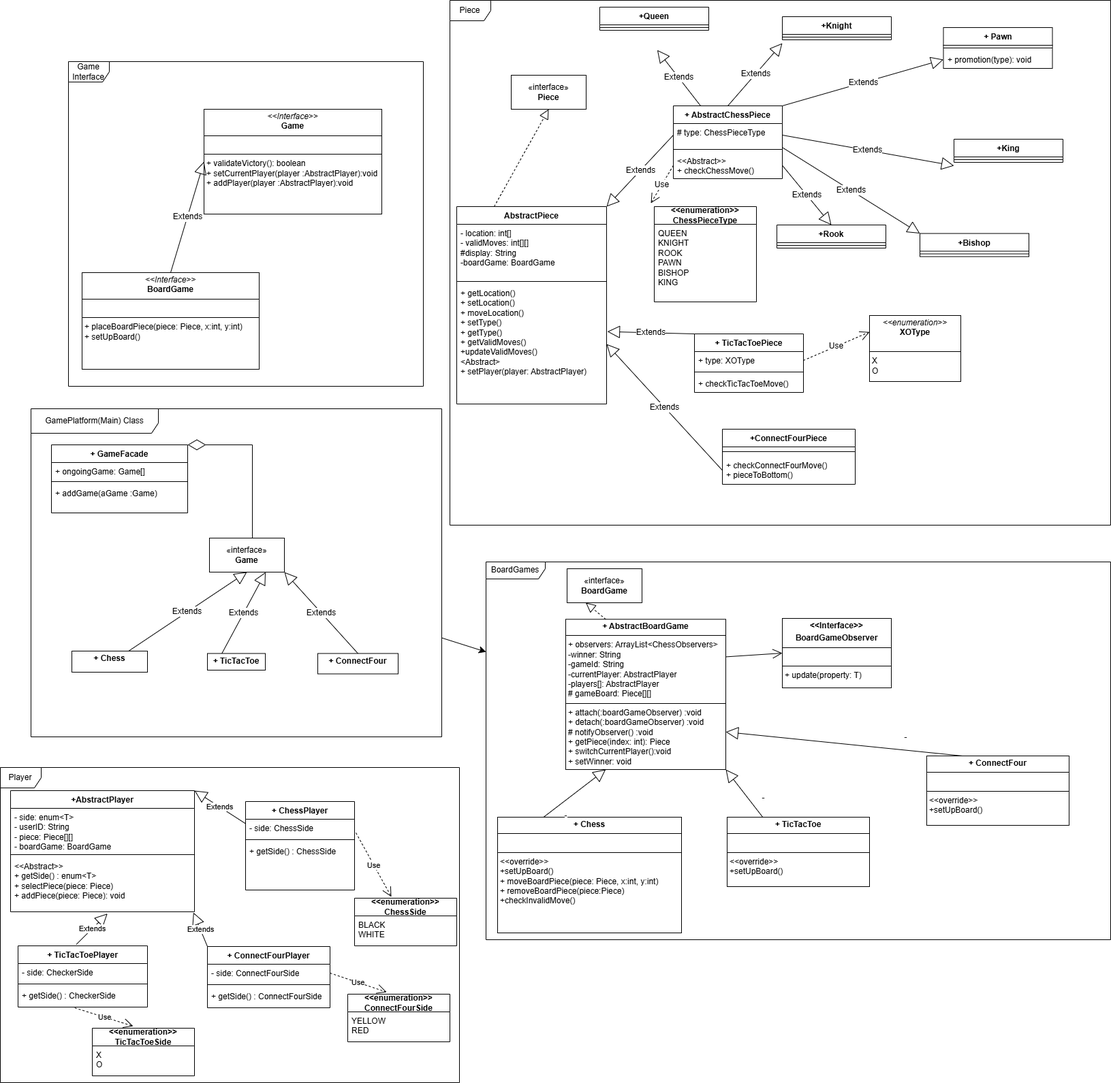
Before: gameLogicDiagram/gameplatform_structure_diagram.drawio.png, a diagram exported from draw.io (Ri-html/SENG-300-FINAL-GROUP-PROJECT). Source tidied: cells renumbered, new cells last; positions are measured from the earlier drawing's top-left corner, leaving out a move shared by most shapes.
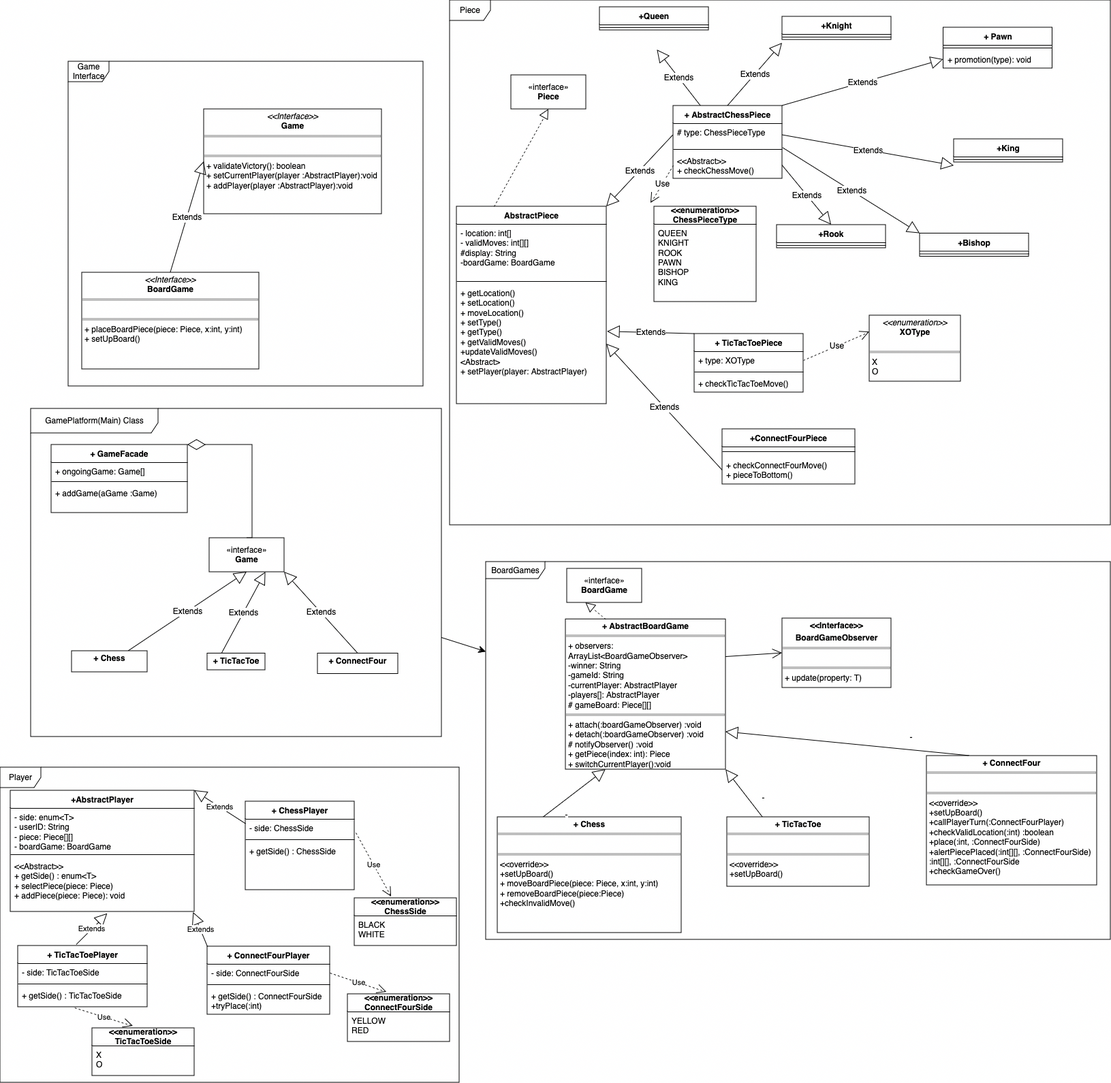
Later version of the same file.

Commit message:
update game struct diagram for connect four

The edit, as a diff of the source:
```diff
@@ -69,7 +69,7 @@
     <mxCell id="22" value="BoardGames" style="shape=umlFrame;whiteSpace=wrap;html=1;width=87;height=25;" parent="1" vertex="1">
       <mxGeometry x="713" y="825" width="917" height="555" as="geometry" />
     </mxCell>
-    <mxCell id="23" value="&lt;p style=&quot;margin:0px;margin-top:4px;text-align:center;&quot;&gt;&lt;b&gt;+ AbstractBoardGame&lt;/b&gt;&lt;/p&gt;&lt;hr size=&quot;1&quot; style=&quot;border-style:solid;&quot;&gt;&lt;p style=&quot;margin:0px;margin-left:4px;&quot;&gt;+ observers: ArrayList&amp;lt;ChessObservers&amp;gt;&lt;/p&gt;&lt;p style=&quot;margin:0px;margin-left:4px;&quot;&gt;-winner: String&lt;/p&gt;&lt;p style=&quot;margin:0px;margin-left:4px;&quot;&gt;-gameId: String&lt;/p&gt;&lt;p style=&quot;margin:0px;margin-left:4px;&quot;&gt;-currentPlayer: AbstractPlayer&lt;/p&gt;&lt;p style=&quot;margin:0px;margin-left:4px;&quot;&gt;-players[]: AbstractPlayer&lt;/p&gt;&lt;p style=&quot;margin:0px;margin-left:4px;&quot;&gt;# gameBoard: Piece[][]&lt;/p&gt;&lt;hr size=&quot;1&quot; style=&quot;border-style:solid;&quot;&gt;&lt;p style=&quot;margin:0px;margin-left:4px;&quot;&gt;+ attach(:boardGameObserver) :void&lt;/p&gt;&lt;p style=&quot;margin: 0px 0px 0px 4px;&quot;&gt;+ detach(:boardGameObserver) :void&lt;/p&gt;&lt;p style=&quot;margin: 0px 0px 0px 4px;&quot;&gt;# notifyObserver() :void&lt;/p&gt;&lt;p style=&quot;margin: 0px 0px 0px 4px;&quot;&gt;+ getPiece(index: int): Piece&lt;/p&gt;&lt;p style=&quot;margin: 0px 0px 0px 4px;&quot;&gt;+ switchCurrentPlayer():void&lt;/p&gt;&lt;p style=&quot;margin: 0px 0px 0px 4px;&quot;&gt;+ setWinner: void&lt;/p&gt;" style="verticalAlign=top;align=left;overflow=fill;html=1;whiteSpace=wrap;" parent="1" vertex="1">
+    <mxCell id="23" value="&lt;p style=&quot;margin:0px;margin-top:4px;text-align:center;&quot;&gt;&lt;b&gt;+ AbstractBoardGame&lt;/b&gt;&lt;/p&gt;&lt;hr size=&quot;1&quot; style=&quot;border-style:solid;&quot;&gt;&lt;p style=&quot;margin:0px;margin-left:4px;&quot;&gt;+ observers: ArrayList&amp;lt;BoardGameObserver&amp;gt;&lt;/p&gt;&lt;p style=&quot;margin:0px;margin-left:4px;&quot;&gt;-winner: String&lt;/p&gt;&lt;p style=&quot;margin:0px;margin-left:4px;&quot;&gt;-gameId: String&lt;/p&gt;&lt;p style=&quot;margin:0px;margin-left:4px;&quot;&gt;-currentPlayer: AbstractPlayer&lt;/p&gt;&lt;p style=&quot;margin:0px;margin-left:4px;&quot;&gt;-players[]: AbstractPlayer&lt;/p&gt;&lt;p style=&quot;margin:0px;margin-left:4px;&quot;&gt;# gameBoard: Piece[][]&lt;/p&gt;&lt;hr size=&quot;1&quot; style=&quot;border-style:solid;&quot;&gt;&lt;p style=&quot;margin:0px;margin-left:4px;&quot;&gt;+ attach(:boardGameObserver) :void&lt;/p&gt;&lt;p style=&quot;margin: 0px 0px 0px 4px;&quot;&gt;+ detach(:boardGameObserver) :void&lt;/p&gt;&lt;p style=&quot;margin: 0px 0px 0px 4px;&quot;&gt;# notifyObserver() :void&lt;/p&gt;&lt;p style=&quot;margin: 0px 0px 0px 4px;&quot;&gt;+ getPiece(index: int): Piece&lt;/p&gt;&lt;p style=&quot;margin: 0px 0px 0px 4px;&quot;&gt;+ switchCurrentPlayer():void&lt;/p&gt;&lt;p style=&quot;margin: 0px 0px 0px 4px;&quot;&gt;+ setWinner: void&lt;/p&gt;" style="verticalAlign=top;align=left;overflow=fill;html=1;whiteSpace=wrap;" parent="1" vertex="1">
       <mxGeometry x="830" y="909.2" width="235" height="220.8" as="geometry" />
     </mxCell>
     <mxCell id="24" value="«interface»&lt;br&gt;&lt;b&gt;BoardGame&lt;/b&gt;" style="html=1;whiteSpace=wrap;" parent="1" vertex="1">
@@ -162,13 +162,13 @@
     <mxCell id="53" value="+ TicTacToePlayer" style="swimlane;fontStyle=1;align=center;verticalAlign=top;horizontal=1;startSize=26;whiteSpace=wrap;html=1;" parent="1" vertex="1">
       <mxGeometry x="26" y="1389" width="190" height="90" as="geometry" />
     </mxCell>
-    <mxCell id="54" value="- side: CheckerSide" style="text;strokeColor=none;fillColor=none;align=left;verticalAlign=top;spacingLeft=4;spacingRight=4;overflow=hidden;whiteSpace=wrap;html=1;" parent="53" vertex="1">
+    <mxCell id="54" value="- side: TicTacToeSide" style="text;strokeColor=none;fillColor=none;align=left;verticalAlign=top;spacingLeft=4;spacingRight=4;overflow=hidden;whiteSpace=wrap;html=1;" parent="53" vertex="1">
       <mxGeometry y="26" width="190" height="26" as="geometry" />
     </mxCell>
     <mxCell id="55" style="line;strokeWidth=1;fillColor=none;align=left;verticalAlign=middle;spacingTop=-1;spacingLeft=3;spacingRight=3;labelPosition=right;strokeColor=inherit;" parent="53" vertex="1">
       <mxGeometry y="52" width="190" height="8" as="geometry" />
     </mxCell>
-    <mxCell id="56" value="&lt;div&gt;+ getSide() : CheckerSide&lt;/div&gt;&lt;div&gt;&lt;br&gt;&lt;/div&gt;" style="text;strokeColor=none;fillColor=none;align=left;verticalAlign=top;spacingLeft=4;spacingRight=4;overflow=hidden;points=[[0,0.5],[1,0.5]];portConstraint=eastwest;whiteSpace=wrap;html=1;" parent="53" vertex="1">
+    <mxCell id="56" value="&lt;div&gt;+ getSide() : TicTacToeSide&lt;/div&gt;&lt;div&gt;&lt;br&gt;&lt;/div&gt;" style="text;strokeColor=none;fillColor=none;align=left;verticalAlign=top;spacingLeft=4;spacingRight=4;overflow=hidden;points=[[0,0.5],[1,0.5]];portConstraint=eastwest;whiteSpace=wrap;html=1;" parent="53" vertex="1">
       <mxGeometry y="60" width="190" height="30" as="geometry" />
     </mxCell>
     <mxCell id="57" value="Extends" style="endArrow=block;endSize=16;endFill=0;html=1;rounded=0;exitX=0.45;exitY=-0.023;exitDx=0;exitDy=0;entryX=0.527;entryY=1.033;entryDx=0;entryDy=0;entryPerimeter=0;exitPerimeter=0;" parent="1" edge="1" source="53" target="44">
@@ -184,7 +184,7 @@
       <mxGeometry relative="1" as="geometry" />
     </mxCell>
     <mxCell id="61" value="+ ConnectFourPlayer" style="swimlane;fontStyle=1;align=center;verticalAlign=top;horizontal=1;startSize=26;whiteSpace=wrap;html=1;" parent="1" vertex="1">
-      <mxGeometry x="304" y="1390" width="180" height="90" as="geometry" />
+      <mxGeometry x="304" y="1390" width="180" height="100" as="geometry" />
     </mxCell>
     <mxCell id="62" value="- side: ConnectFourSide" style="text;strokeColor=none;fillColor=none;align=left;verticalAlign=top;spacingLeft=4;spacingRight=4;overflow=hidden;points=[[0,0.5],[1,0.5]];portConstraint=eastwest;whiteSpace=wrap;html=1;" parent="61" vertex="1">
       <mxGeometry y="26" width="180" height="26" as="geometry" />
@@ -192,8 +192,8 @@
     <mxCell id="63" style="line;strokeWidth=1;fillColor=none;align=left;verticalAlign=middle;spacingTop=-1;spacingLeft=3;spacingRight=3;labelPosition=right;strokeColor=inherit;" parent="61" vertex="1">
       <mxGeometry y="52" width="180" height="8" as="geometry" />
     </mxCell>
-    <mxCell id="64" value="&lt;div&gt;+ getSide() : ConnectFourSide&lt;/div&gt;&lt;div&gt;&lt;br&gt;&lt;/div&gt;" style="text;strokeColor=none;fillColor=none;align=left;verticalAlign=top;spacingLeft=4;spacingRight=4;overflow=hidden;whiteSpace=wrap;html=1;" parent="61" vertex="1">
-      <mxGeometry y="60" width="180" height="30" as="geometry" />
+    <mxCell id="64" value="&lt;div&gt;+ getSide() : ConnectFourSide&lt;/div&gt;&lt;div&gt;+tryPlace(:int)&lt;/div&gt;&lt;div&gt;&lt;br&gt;&lt;/div&gt;" style="text;strokeColor=none;fillColor=none;align=left;verticalAlign=top;spacingLeft=4;spacingRight=4;overflow=hidden;whiteSpace=wrap;html=1;" parent="61" vertex="1">
+      <mxGeometry y="60" width="180" height="40" as="geometry" />
     </mxCell>
     <mxCell id="65" value="Extends" style="endArrow=block;endSize=16;endFill=0;html=1;rounded=0;exitX=0;exitY=0;exitDx=0;exitDy=0;entryX=0.994;entryY=1.013;entryDx=0;entryDy=0;entryPerimeter=0;" parent="1" edge="1" source="61" target="44">
       <mxGeometry relative="1" as="geometry" />
@@ -237,8 +237,8 @@
     <mxCell id="78" value="&lt;p style=&quot;margin:0px;margin-top:4px;text-align:center;&quot;&gt;&lt;b&gt;+ TicTacToe&lt;/b&gt;&lt;/p&gt;&lt;hr size=&quot;1&quot; style=&quot;border-style:solid;&quot;&gt;&lt;p style=&quot;margin:0px;margin-left:4px;&quot;&gt;&lt;br&gt;&lt;/p&gt;&lt;hr size=&quot;1&quot; style=&quot;border-style:solid;&quot;&gt;&lt;p style=&quot;margin: 0px 0px 0px 4px;&quot;&gt;&lt;span style=&quot;background-color: initial;&quot;&gt;&amp;lt;&amp;lt;override&amp;gt;&amp;gt;&lt;/span&gt;&lt;/p&gt;&lt;p style=&quot;margin: 0px 0px 0px 4px;&quot;&gt;+setUpBoard()&lt;/p&gt;&lt;p style=&quot;margin: 0px 0px 0px 4px;&quot;&gt;&lt;br&gt;&lt;/p&gt;" style="verticalAlign=top;align=left;overflow=fill;html=1;whiteSpace=wrap;" parent="1" vertex="1">
       <mxGeometry x="1067" y="1200" width="209" height="102" as="geometry" />
     </mxCell>
-    <mxCell id="79" value="&lt;p style=&quot;margin:0px;margin-top:4px;text-align:center;&quot;&gt;&lt;b&gt;+ ConnectFour&lt;/b&gt;&lt;/p&gt;&lt;hr size=&quot;1&quot; style=&quot;border-style:solid;&quot;&gt;&lt;p style=&quot;margin:0px;margin-left:4px;&quot;&gt;&lt;br&gt;&lt;/p&gt;&lt;hr size=&quot;1&quot; style=&quot;border-style:solid;&quot;&gt;&lt;p style=&quot;margin: 0px 0px 0px 4px;&quot;&gt;&lt;span style=&quot;background-color: initial;&quot;&gt;&amp;lt;&amp;lt;override&amp;gt;&amp;gt;&lt;/span&gt;&lt;/p&gt;&lt;p style=&quot;margin: 0px 0px 0px 4px;&quot;&gt;+setUpBoard()&lt;/p&gt;&lt;p style=&quot;margin: 0px 0px 0px 4px;&quot;&gt;&lt;br&gt;&lt;/p&gt;" style="verticalAlign=top;align=left;overflow=fill;html=1;whiteSpace=wrap;" parent="1" vertex="1">
-      <mxGeometry x="1360" y="1110" width="209" height="102" as="geometry" />
+    <mxCell id="79" value="&lt;p style=&quot;margin:0px;margin-top:4px;text-align:center;&quot;&gt;&lt;b&gt;+ ConnectFour&lt;/b&gt;&lt;/p&gt;&lt;hr size=&quot;1&quot; style=&quot;border-style:solid;&quot;&gt;&lt;p style=&quot;margin:0px;margin-left:4px;&quot;&gt;&lt;br&gt;&lt;/p&gt;&lt;hr size=&quot;1&quot; style=&quot;border-style:solid;&quot;&gt;&lt;p style=&quot;margin: 0px 0px 0px 4px;&quot;&gt;&lt;span style=&quot;background-color: initial;&quot;&gt;&amp;lt;&amp;lt;override&amp;gt;&amp;gt;&lt;/span&gt;&lt;/p&gt;&lt;p style=&quot;margin: 0px 0px 0px 4px;&quot;&gt;+setUpBoard()&lt;/p&gt;&lt;p style=&quot;margin: 0px 0px 0px 4px;&quot;&gt;+callPlayerTurn(:ConnectFourPlayer)&lt;/p&gt;&lt;p style=&quot;margin: 0px 0px 0px 4px;&quot;&gt;+checkValidLocation(:int) :boolean&lt;br&gt;&lt;/p&gt;&lt;p style=&quot;margin: 0px 0px 0px 4px;&quot;&gt;+place(:int, :ConnectFourSide)&lt;/p&gt;&lt;p style=&quot;margin: 0px 0px 0px 4px;&quot;&gt;+alertPiecePlaced(:int[][], :ConnectFourSide) :int[][], :ConnectFourSide&lt;br&gt;&lt;/p&gt;&lt;p style=&quot;margin: 0px 0px 0px 4px;&quot;&gt;+checkGameOver()&lt;/p&gt;&lt;p style=&quot;margin: 0px 0px 0px 4px;&quot;&gt;&lt;br&gt;&lt;/p&gt;&lt;p style=&quot;margin: 0px 0px 0px 4px;&quot;&gt;&lt;br&gt;&lt;/p&gt;&lt;p style=&quot;margin: 0px 0px 0px 4px;&quot;&gt;&lt;br&gt;&lt;/p&gt;&lt;p style=&quot;margin: 0px 0px 0px 4px;&quot;&gt;&lt;br&gt;&lt;/p&gt;&lt;p style=&quot;margin: 0px 0px 0px 4px;&quot;&gt;&lt;br&gt;&lt;/p&gt;" style="verticalAlign=top;align=left;overflow=fill;html=1;whiteSpace=wrap;" parent="1" vertex="1">
+      <mxGeometry x="1360" y="1110" width="250" height="190" as="geometry" />
     </mxCell>
     <mxCell id="80" value="-" style="endArrow=block;endSize=16;endFill=0;html=1;rounded=0;fontSize=12;curved=1;exitX=0.25;exitY=0;exitDx=0;exitDy=0;entryX=1;entryY=1;entryDx=0;entryDy=0;" parent="1" edge="1" source="78" target="23">
       <mxGeometry x="-0.51" y="-18" relative="1" as="geometry" />
```
